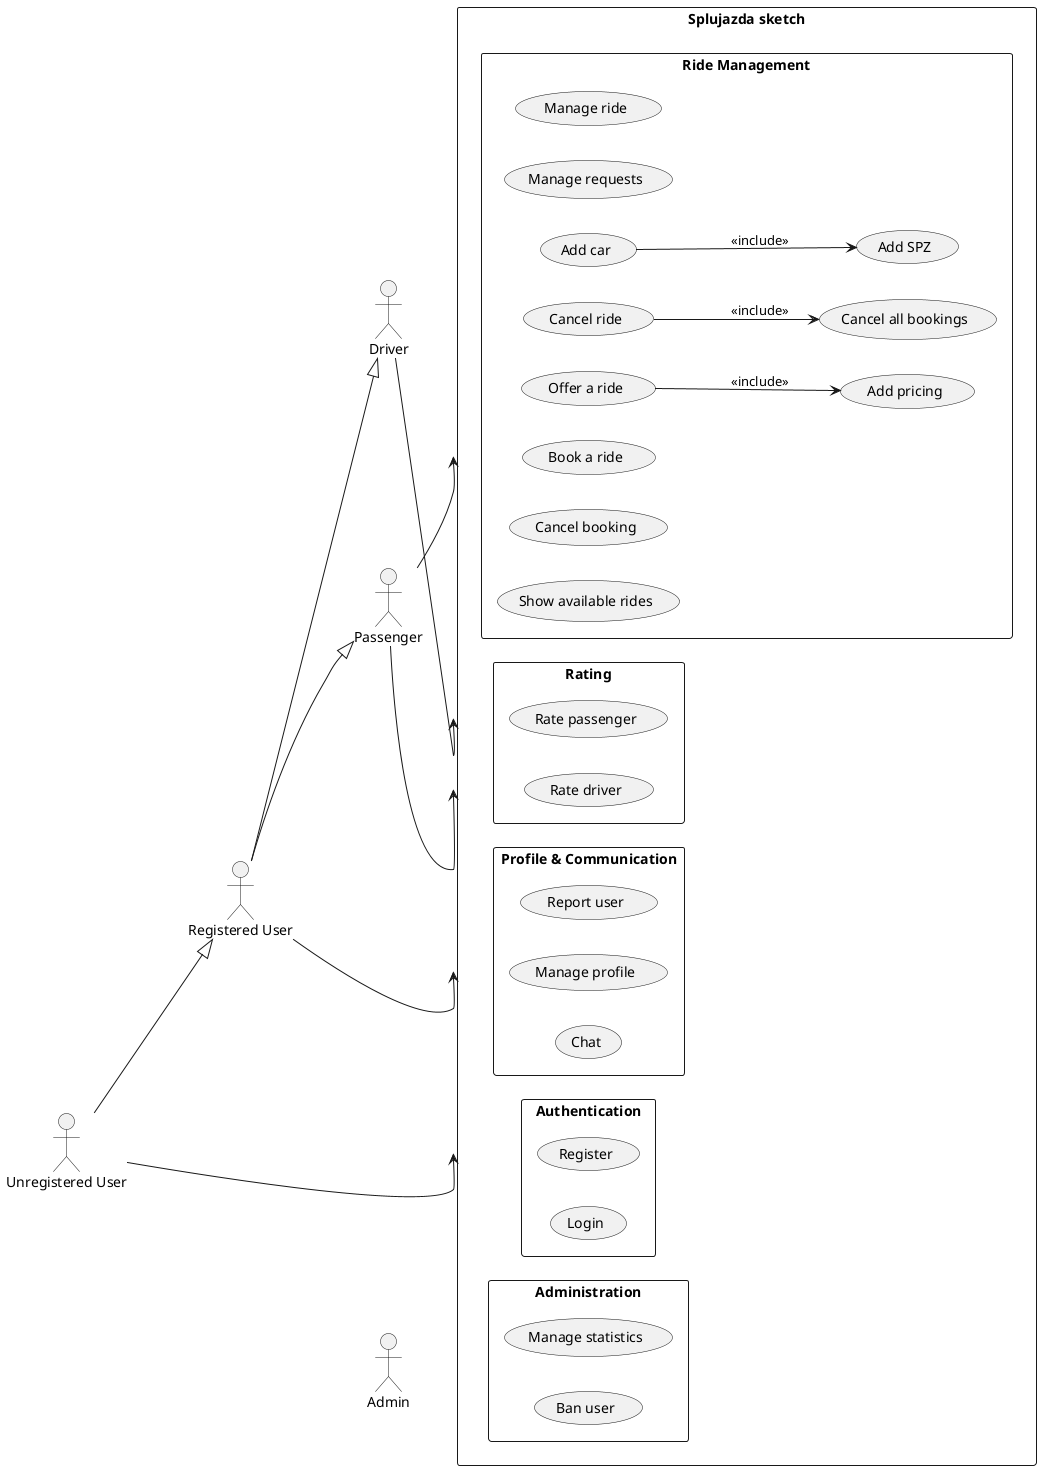
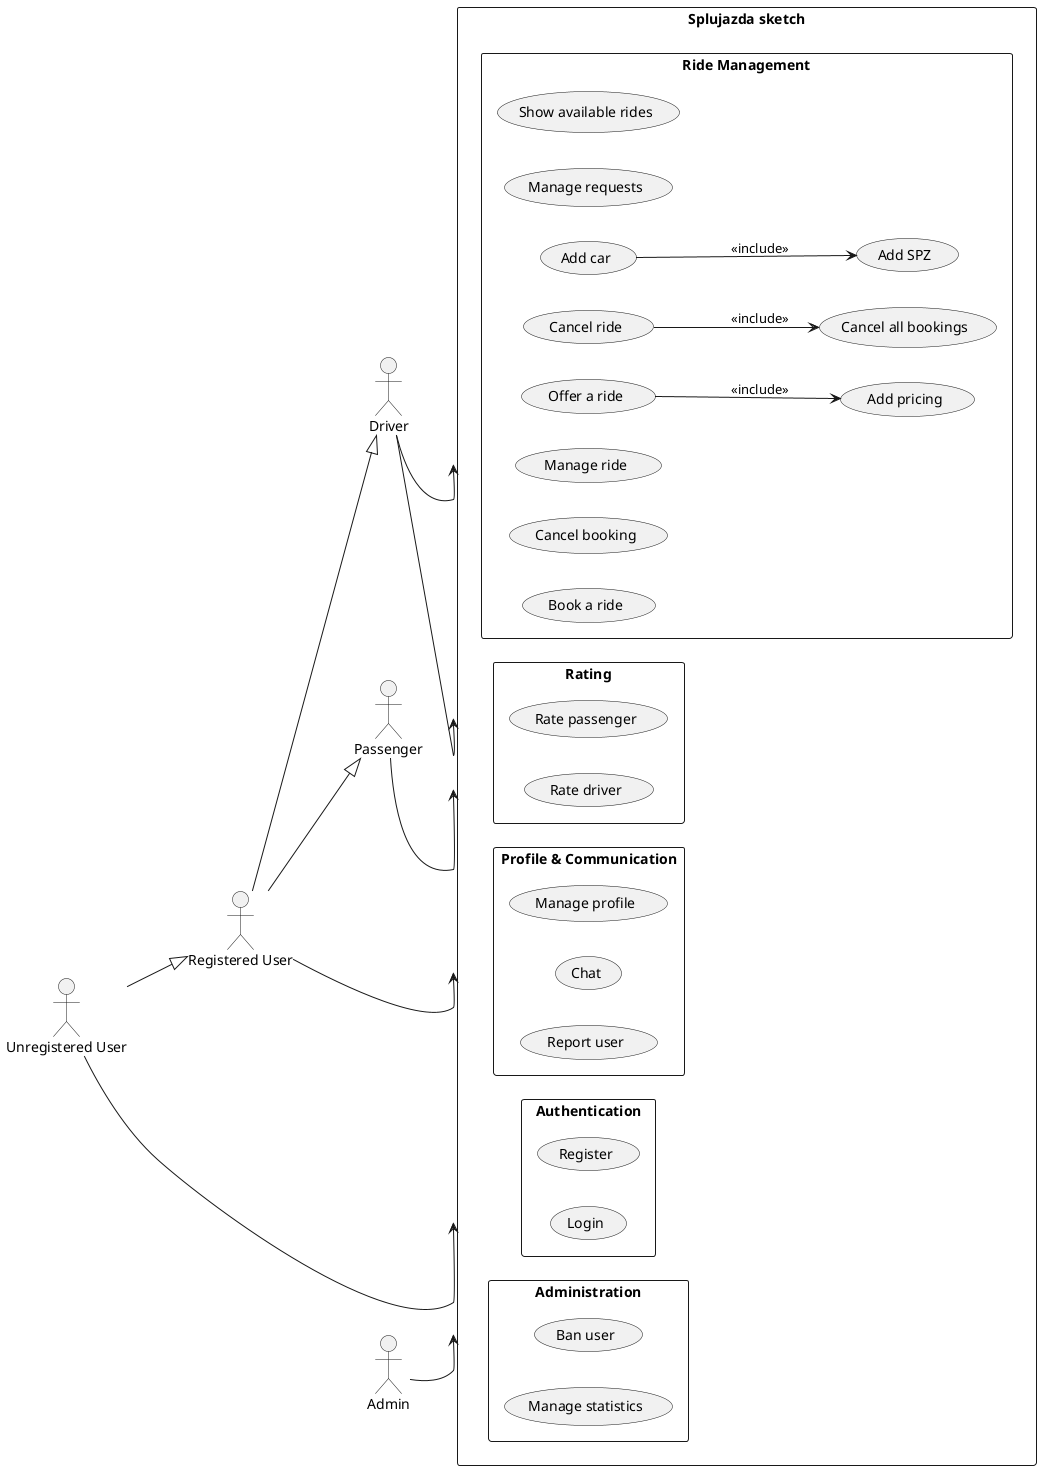
@startuml
left to right direction
skinparam packageStyle rectangle

' ===== ACTORS =====
actor "Unregistered User" as unUser
actor "Registered User" as regUser
actor "Driver" as driver
actor "Passenger" as passenger
actor "Admin" as admin

' Actor hierarchy
unUser --|> regUser
regUser --|> driver
regUser --|> passenger

' ===== SYSTEM =====
package "Splujazda sketch" {

  ' --- Authentication ---
  package "Authentication" {
    usecase "Register" as register
    usecase "Login" as login
  }

  ' --- Ride Management ---
  package "Ride Management" {
    usecase "Show available rides" as show
    usecase "Book a ride" as book
    usecase "Offer a ride" as offer
    usecase "Manage ride" as manageRide
    usecase "Manage requests" as manageRequests
    usecase "Add car" as addC
    usecase "Add SPZ" as addSPZ
    usecase "Add pricing" as pricing
    usecase "Cancel ride" as cancelRide
    usecase "Cancel booking" as cancelBooking
    usecase "Cancel all bookings" as cancelAllBookings
  }

  ' --- Rating ---
  package "Rating" {
    usecase "Rate driver" as rateD
    usecase "Rate passenger" as rateP
  }

  ' --- Profile & Communication ---
  package "Profile & Communication" {
    usecase "Manage profile" as profile
    usecase "Chat" as chat
    usecase "Report user" as report
  }

  ' --- Administration ---
  package "Administration" {
    usecase "Manage statistics" as stats
    usecase "Ban user" as ban
  }
}

' ===== RELATIONS =====

' General access
- regUser --> show
+ unUser --> show

' Authentication
unUser --> register
unUser --> login

' Registered user features
regUser --> profile
regUser --> chat
regUser --> report

' Driver capabilities
driver --> offer
driver --> manageRide
driver --> manageRequests
driver --> addC
driver --> rateP
driver --> cancelRide
cancelRide --> cancelAllBookings : <<include>>

' Passenger capabilities
passenger --> book
passenger --> rateD
passenger --> cancelBooking

' Admin capabilities
admin --> ban
admin --> stats

' Include relations
addC --> addSPZ : <<include>>
offer --> pricing : <<include>>
@enduml